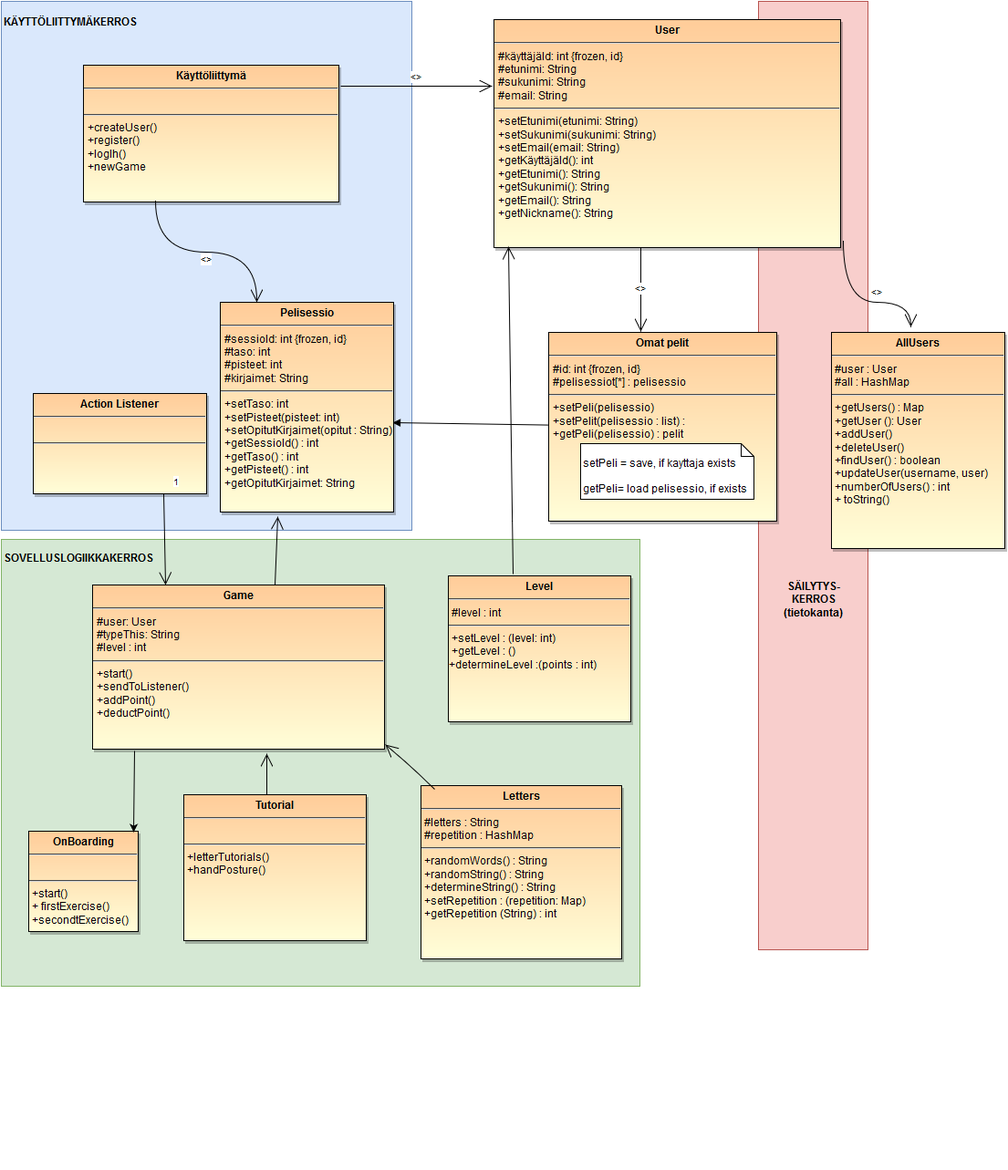
Before: dokumentaatio/luokkakaavio.png, a diagram exported from draw.io (MelDv/TypeTutor). Source tidied: cells renumbered, new cells last; positions are measured from the earlier drawing's top-left corner, leaving out a move shared by most shapes.
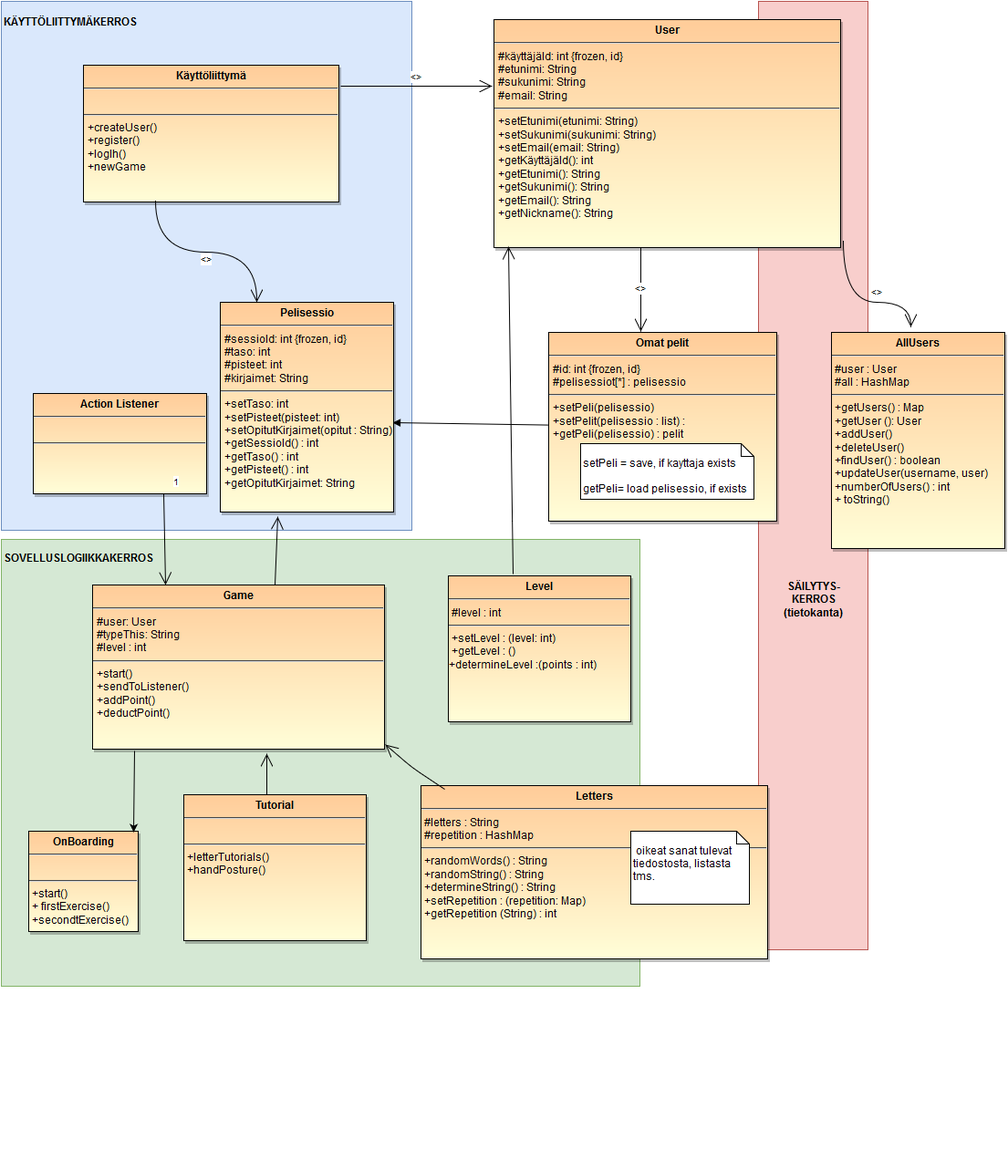
The same file after the commit.

What changed in the source:
```diff
@@ -52,7 +52,7 @@
       </mxGeometry>
     </mxCell>
     <mxCell id="15" value="&lt;p style=&quot;margin: 0px ; margin-top: 4px ; text-align: center&quot;&gt;&lt;strong&gt;Letters&lt;br&gt;&lt;/strong&gt;&lt;/p&gt;&lt;hr&gt;&amp;nbsp;#letters : String&lt;br&gt;&amp;nbsp;#repetition : HashMap&lt;br&gt;&lt;hr&gt;&amp;nbsp;+randomWords() : String&lt;br&gt;&amp;nbsp;+randomString() : String&lt;br&gt;&amp;nbsp;+determineString() : String&lt;br&gt;&amp;nbsp;+setRepetition : (repetition: Map) &lt;br&gt;&amp;nbsp;+getRepetition (String) : int&lt;br&gt;&lt;p style=&quot;margin: 0px ; margin-left: 4px&quot;&gt;&lt;br&gt;&lt;/p&gt;" style="shadow=1;fillColor=#FFCC99;gradientColor=#FFFED8;verticalAlign=top;align=left;overflow=fill;fontSize=12;fontFamily=Helvetica;html=1;" parent="1" vertex="1">
-      <mxGeometry x="460" y="860" width="220" height="190" as="geometry" />
+      <mxGeometry x="460" y="860" width="380" height="190" as="geometry" />
     </mxCell>
     <mxCell id="16" value="&lt;p style=&quot;margin: 0px ; margin-top: 4px ; text-align: center&quot;&gt;&lt;strong&gt;Action Listener&lt;br&gt;&lt;/strong&gt;&lt;/p&gt;&lt;hr&gt;&lt;br&gt;&lt;hr&gt;&amp;nbsp;&lt;br&gt;&lt;p style=&quot;margin: 0px ; margin-left: 4px&quot;&gt;&lt;br&gt;&lt;/p&gt;" style="shadow=1;fillColor=#FFCC99;gradientColor=#FFFED8;verticalAlign=top;align=left;overflow=fill;fontSize=12;fontFamily=Helvetica;html=1;" parent="1" vertex="1">
       <mxGeometry x="35" y="430" width="190" height="110" as="geometry" />
@@ -132,5 +132,8 @@
         <mxPoint x="8" y="-25" as="offset" />
       </mxGeometry>
     </mxCell>
+    <mxCell id="33" value="&lt;br&gt;&amp;nbsp;oikeat sanat tulevat tiedostosta, listasta tms.&lt;br&gt;" style="shape=note;whiteSpace=wrap;html=1;size=14;verticalAlign=top;align=left;spacingTop=-6;" parent="1" vertex="1">
+      <mxGeometry x="690" y="910" width="130" height="80" as="geometry" />
+    </mxCell>
   </root>
 </mxGraphModel>
```
